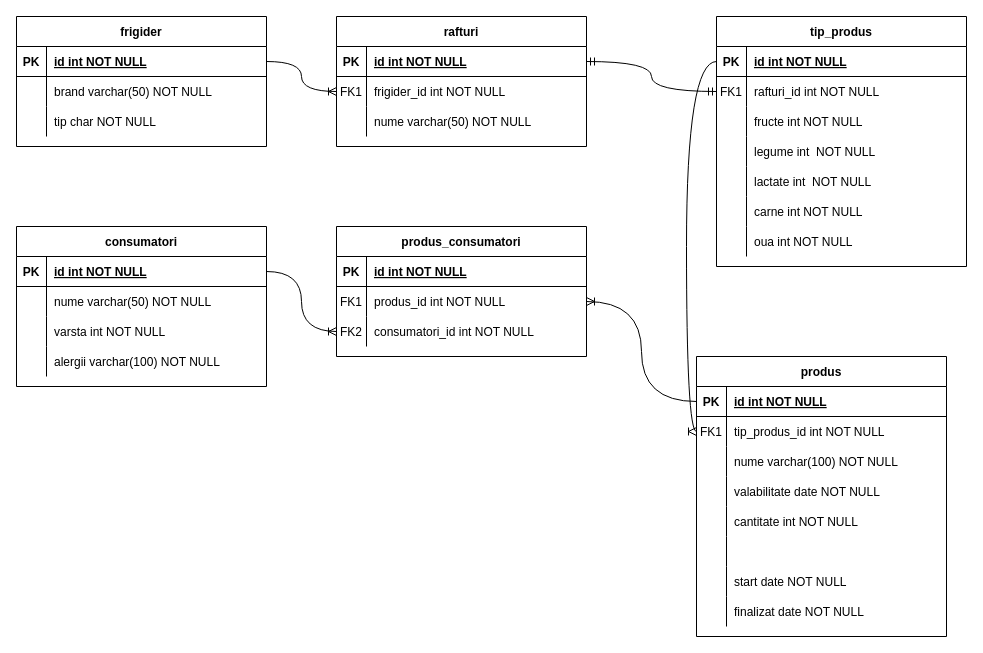
The draw.io diagram frigider.drawio in vitorjurj/modelare_db, before the edit. Source tidied: cells renumbered, new cells numbered last; positions are measured from the earlier drawing's top-left corner, leaving out a move shared by most shapes. Both pictures are drawn from the tidied source at 100%, with x=0, y=0 at pixel (16, 16).
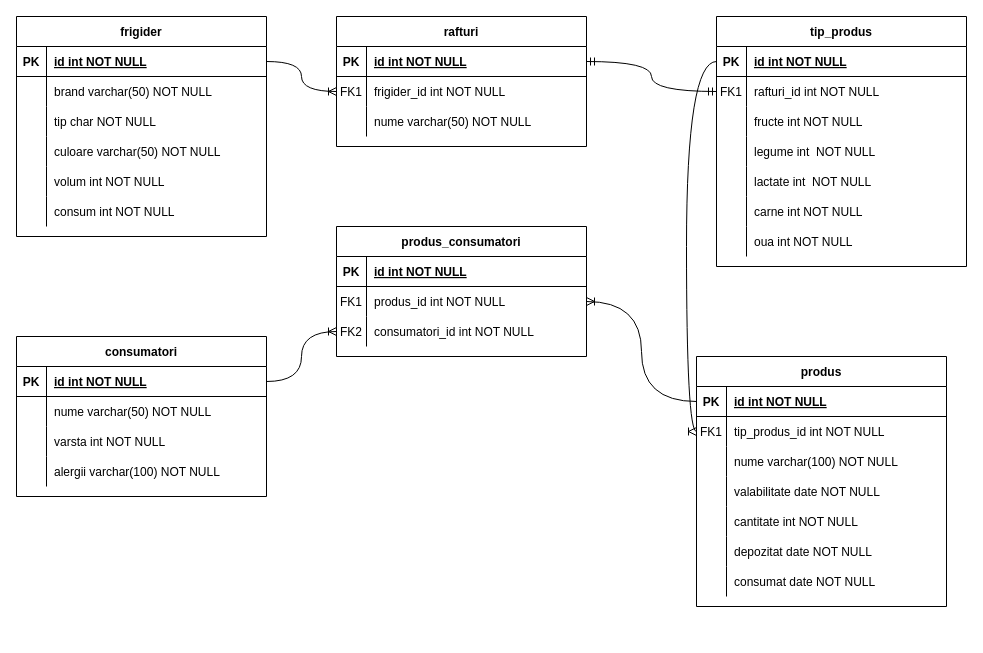
The same diagram, later.

What changed in the source:
```diff
@@
     <mxCell id="34" value="frigider" style="shape=table;startSize=30;childLayout=tableLayout;rowLines=0;fontStyle=1;align=center;" parent="1" vertex="1">
-      <mxGeometry width="250" height="130" as="geometry" />
+      <mxGeometry width="250" height="220" as="geometry" />
     </mxCell>
@@
+    <mxCell id="97" style="shape=partialRectangle;fillColor=none;top=0;left=0;right=0;bottom=0;" parent="34" vertex="1">
+      <mxGeometry y="120" width="250" height="30" as="geometry" />
+    </mxCell>
+    <mxCell id="98" style="shape=partialRectangle;overflow=hidden;fillColor=none;top=0;left=0;bottom=0;right=0;" parent="97" vertex="1">
+      <mxGeometry width="30" height="30" as="geometry" />
+    </mxCell>
+    <mxCell id="99" value="culoare varchar(50) NOT NULL" style="shape=partialRectangle;overflow=hidden;fillColor=none;top=0;left=0;bottom=0;right=0;align=left;spacingLeft=6;" parent="97" vertex="1">
+      <mxGeometry x="30" width="220" height="30" as="geometry" />
+    </mxCell>
+    <mxCell id="100" style="shape=partialRectangle;fillColor=none;top=0;left=0;right=0;bottom=0;" parent="34" vertex="1">
+      <mxGeometry y="150" width="250" height="30" as="geometry" />
+    </mxCell>
+    <mxCell id="101" style="shape=partialRectangle;overflow=hidden;fillColor=none;top=0;left=0;bottom=0;right=0;" parent="100" vertex="1">
+      <mxGeometry width="30" height="30" as="geometry" />
+    </mxCell>
+    <mxCell id="102" value="volum int NOT NULL" style="shape=partialRectangle;overflow=hidden;fillColor=none;top=0;left=0;bottom=0;right=0;align=left;spacingLeft=6;" parent="100" vertex="1">
+      <mxGeometry x="30" width="220" height="30" as="geometry" />
+    </mxCell>
+    <mxCell id="60" style="shape=partialRectangle;fillColor=none;top=0;left=0;right=0;bottom=0;" parent="34" vertex="1">
+      <mxGeometry y="180" width="250" height="30" as="geometry" />
+    </mxCell>
+    <mxCell id="103" style="shape=partialRectangle;overflow=hidden;fillColor=none;top=0;left=0;bottom=0;right=0;" parent="60" vertex="1">
+      <mxGeometry width="30" height="30" as="geometry" />
+    </mxCell>
+    <mxCell id="104" value="consum int NOT NULL" style="shape=partialRectangle;overflow=hidden;fillColor=none;top=0;left=0;bottom=0;right=0;align=left;spacingLeft=6;" parent="60" vertex="1">
+      <mxGeometry x="30" width="220" height="30" as="geometry" />
+    </mxCell>
     <mxCell id="44" value="produs" style="shape=table;startSize=30;childLayout=tableLayout;rowLines=0;fontStyle=1;align=center;" parent="1" vertex="1">
-      <mxGeometry x="680" y="340" width="250" height="280" as="geometry" />
+      <mxGeometry x="680" y="340" width="250" height="250" as="geometry" />
     </mxCell>
@@
-    <mxCell id="60" style="shape=partialRectangle;fillColor=none;top=0;left=0;right=0;bottom=0;" parent="44" vertex="1">
-      <mxGeometry y="180" width="250" height="30" as="geometry" />
-    </mxCell>
-    <mxCell id="61" style="shape=partialRectangle;overflow=hidden;fillColor=none;top=0;left=0;bottom=0;right=0;" parent="60" vertex="1">
-      <mxGeometry width="30" height="30" as="geometry" />
-    </mxCell>
-    <mxCell id="62" style="shape=partialRectangle;overflow=hidden;fillColor=none;top=0;left=0;bottom=0;right=0;align=left;spacingLeft=6;" parent="60" vertex="1">
-      <mxGeometry x="30" width="220" height="30" as="geometry" />
-    </mxCell>
     <mxCell id="63" style="shape=partialRectangle;fillColor=none;top=0;left=0;right=0;bottom=0;" parent="44" vertex="1">
-      <mxGeometry y="210" width="250" height="30" as="geometry" />
+      <mxGeometry y="180" width="250" height="30" as="geometry" />
     </mxCell>
@@
-    <mxCell id="65" value="start date NOT NULL" style="shape=partialRectangle;overflow=hidden;fillColor=none;top=0;left=0;bottom=0;right=0;align=left;spacingLeft=6;" parent="63" vertex="1">
+    <mxCell id="65" value="depozitat date NOT NULL" style="shape=partialRectangle;overflow=hidden;fillColor=none;top=0;left=0;bottom=0;right=0;align=left;spacingLeft=6;" parent="63" vertex="1">
       <mxGeometry x="30" width="220" height="30" as="geometry" />
     </mxCell>
     <mxCell id="66" style="shape=partialRectangle;fillColor=none;top=0;left=0;right=0;bottom=0;" parent="44" vertex="1">
-      <mxGeometry y="240" width="250" height="30" as="geometry" />
+      <mxGeometry y="210" width="250" height="30" as="geometry" />
     </mxCell>
@@
-    <mxCell id="68" value="finalizat date NOT NULL" style="shape=partialRectangle;overflow=hidden;fillColor=none;top=0;left=0;bottom=0;right=0;align=left;spacingLeft=6;" parent="66" vertex="1">
+    <mxCell id="68" value="consumat date NOT NULL" style="shape=partialRectangle;overflow=hidden;fillColor=none;top=0;left=0;bottom=0;right=0;align=left;spacingLeft=6;" parent="66" vertex="1">
       <mxGeometry x="30" width="220" height="30" as="geometry" />
     </mxCell>
@@
     <mxCell id="79" value="consumatori" style="shape=table;startSize=30;childLayout=tableLayout;rowLines=0;fontStyle=1;align=center;" parent="1" vertex="1">
-      <mxGeometry y="210" width="250" height="160" as="geometry" />
+      <mxGeometry y="320" width="250" height="160" as="geometry" />
     </mxCell>
```
